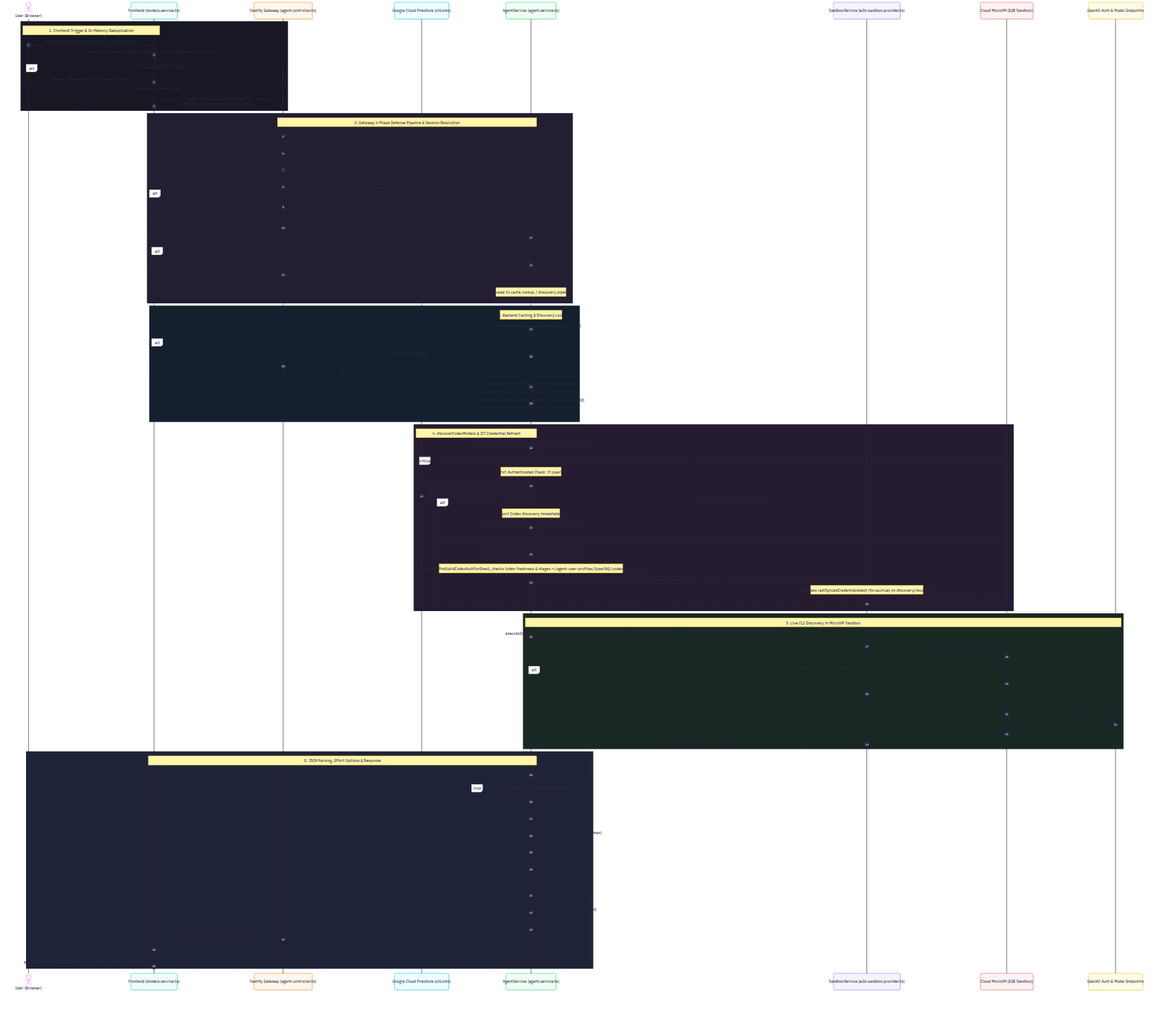
Above: backend/visualizations/codex-model-retrieval-sequence.png in Psychopomp3012/Atelier-integrated-ai-web-ui (Mermaid), before the change. Its source is kept beside it as backend/visualizations/codex-model-retrieval-sequence.mmd.
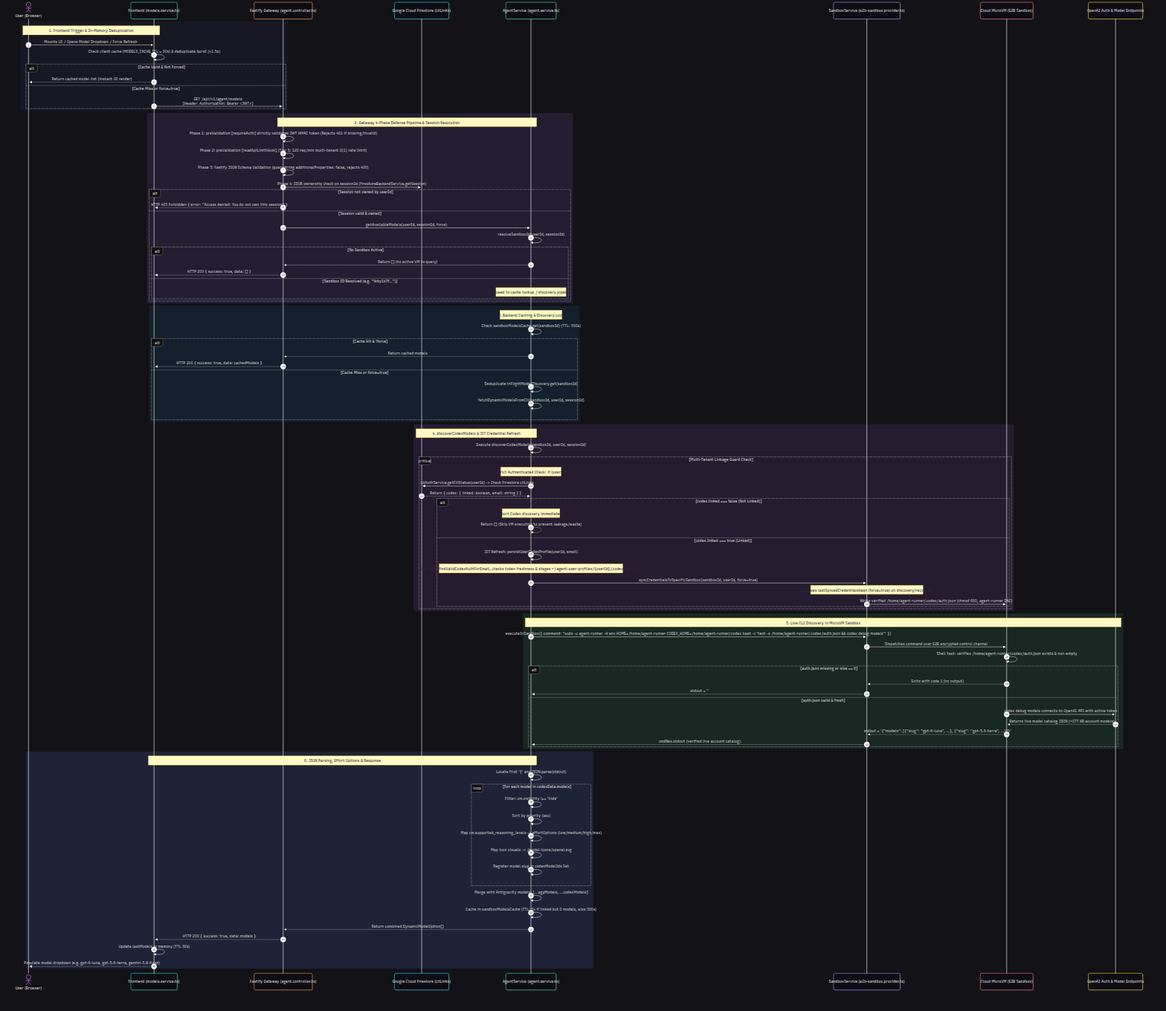
Later version of the same file.

Change to the diagram source:
```diff
@@ -16,7 +16,7 @@
         alt Cache Valid & Not Forced
             FE-->>User: Return cached model list (instant UI render)
         else Cache Miss or force=true
-            FE->>GW: GET /api/v1/agent/models?sessionId=...&userId=...&force=...<br/>[Header: Authorization: Bearer <JWT>]
+            FE->>GW: GET /api/v1/agent/models<br/>[Header: Authorization: Bearer <JWT>]
         end
     end
 
```
